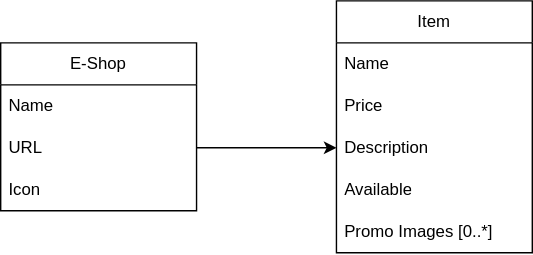
Me8mer/NPRG036-Data-Formats keeps this draw.io diagram as HW3/model/hierarchy-2.svg. Above is the earlier version. Source tidied: cells renumbered, new cells last; positions are measured from the earlier drawing's top-left corner, leaving out a move shared by most shapes. Source of this version:
```xml
<mxGraphModel>
  <root>
    <mxCell id="0" />
    <mxCell id="1" parent="0" />
    <mxCell id="2" value="E-Shop" style="swimlane;fontStyle=0;horizontal=1;startSize=30;whiteSpace=wrap;html=1;" parent="1" vertex="1">
      <mxGeometry y="30" width="140" height="120" as="geometry" />
    </mxCell>
    <mxCell id="3" value="Name" style="text;strokeColor=none;fillColor=none;align=left;verticalAlign=middle;spacingLeft=4;spacingRight=4;overflow=hidden;whiteSpace=wrap;html=1;" parent="2" vertex="1">
      <mxGeometry y="30" width="140" height="30" as="geometry" />
    </mxCell>
    <mxCell id="4" value="URL" style="text;strokeColor=none;fillColor=none;align=left;verticalAlign=middle;spacingLeft=4;spacingRight=4;overflow=hidden;points=[[0,0.5],[1,0.5]];portConstraint=eastwest;whiteSpace=wrap;html=1;" parent="2" vertex="1">
      <mxGeometry y="60" width="140" height="30" as="geometry" />
    </mxCell>
    <mxCell id="5" value="Icon" style="text;strokeColor=none;fillColor=none;align=left;verticalAlign=middle;spacingLeft=4;spacingRight=4;overflow=hidden;whiteSpace=wrap;html=1;" parent="2" vertex="1">
      <mxGeometry y="90" width="140" height="30" as="geometry" />
    </mxCell>
    <mxCell id="6" style="edgeStyle=orthogonalEdgeStyle;rounded=0;jettySize=auto;html=1;exitX=1;exitY=0.5;exitDx=0;exitDy=0;entryX=0;entryY=0.5;entryDx=0;entryDy=0;" parent="1" edge="1" source="4" target="10">
      <mxGeometry relative="1" as="geometry" />
    </mxCell>
    <mxCell id="7" value="Item" style="swimlane;fontStyle=0;horizontal=1;startSize=30;whiteSpace=wrap;html=1;" parent="1" vertex="1">
      <mxGeometry x="240" width="140" height="180" as="geometry" />
    </mxCell>
    <mxCell id="8" value="Name" style="text;strokeColor=none;fillColor=none;align=left;verticalAlign=middle;spacingLeft=4;spacingRight=4;overflow=hidden;whiteSpace=wrap;html=1;" parent="7" vertex="1">
      <mxGeometry y="30" width="140" height="30" as="geometry" />
    </mxCell>
    <mxCell id="9" value="Price" style="text;strokeColor=none;fillColor=none;align=left;verticalAlign=middle;spacingLeft=4;spacingRight=4;overflow=hidden;whiteSpace=wrap;html=1;" parent="7" vertex="1">
      <mxGeometry y="60" width="140" height="30" as="geometry" />
    </mxCell>
    <mxCell id="10" value="Description" style="text;strokeColor=none;fillColor=none;align=left;verticalAlign=middle;spacingLeft=4;spacingRight=4;overflow=hidden;points=[[0,0.5],[1,0.5]];portConstraint=eastwest;whiteSpace=wrap;html=1;" parent="7" vertex="1">
      <mxGeometry y="90" width="140" height="30" as="geometry" />
    </mxCell>
    <mxCell id="11" value="Available" style="text;strokeColor=none;fillColor=none;align=left;verticalAlign=middle;spacingLeft=4;spacingRight=4;overflow=hidden;whiteSpace=wrap;html=1;" parent="7" vertex="1">
      <mxGeometry y="120" width="140" height="30" as="geometry" />
    </mxCell>
    <mxCell id="12" value="Promo Images [0..*]" style="text;strokeColor=none;fillColor=none;align=left;verticalAlign=middle;spacingLeft=4;spacingRight=4;overflow=hidden;whiteSpace=wrap;html=1;" parent="7" vertex="1">
      <mxGeometry y="150" width="140" height="30" as="geometry" />
    </mxCell>
  </root>
</mxGraphModel>
```
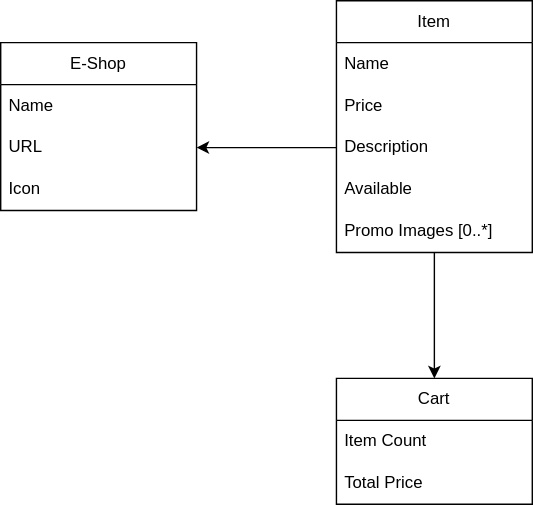
After the commit.

Diff of the diagram source:
```diff
@@ -5,24 +5,21 @@
     <mxCell id="2" value="E-Shop" style="swimlane;fontStyle=0;horizontal=1;startSize=30;whiteSpace=wrap;html=1;" parent="1" vertex="1">
       <mxGeometry y="30" width="140" height="120" as="geometry" />
     </mxCell>
-    <mxCell id="3" value="Name" style="text;strokeColor=none;fillColor=none;align=left;verticalAlign=middle;spacingLeft=4;spacingRight=4;overflow=hidden;whiteSpace=wrap;html=1;" parent="2" vertex="1">
-      <mxGeometry y="30" width="140" height="30" as="geometry" />
-    </mxCell>
+    <mxCell id="13" value="Name" style="text;strokeColor=none;fillColor=none;align=left;verticalAlign=middle;spacingLeft=4;spacingRight=4;overflow=hidden;whiteSpace=wrap;html=1;" parent="2" vertex="1">
+      <mxGeometry y="30" width="140" height="30" as="geometry" />
+    </mxCell>
     <mxCell id="4" value="URL" style="text;strokeColor=none;fillColor=none;align=left;verticalAlign=middle;spacingLeft=4;spacingRight=4;overflow=hidden;points=[[0,0.5],[1,0.5]];portConstraint=eastwest;whiteSpace=wrap;html=1;" parent="2" vertex="1">
       <mxGeometry y="60" width="140" height="30" as="geometry" />
     </mxCell>
     <mxCell id="5" value="Icon" style="text;strokeColor=none;fillColor=none;align=left;verticalAlign=middle;spacingLeft=4;spacingRight=4;overflow=hidden;whiteSpace=wrap;html=1;" parent="2" vertex="1">
       <mxGeometry y="90" width="140" height="30" as="geometry" />
     </mxCell>
-    <mxCell id="6" style="edgeStyle=orthogonalEdgeStyle;rounded=0;jettySize=auto;html=1;exitX=1;exitY=0.5;exitDx=0;exitDy=0;entryX=0;entryY=0.5;entryDx=0;entryDy=0;" parent="1" edge="1" source="4" target="10">
-      <mxGeometry relative="1" as="geometry" />
-    </mxCell>
     <mxCell id="7" value="Item" style="swimlane;fontStyle=0;horizontal=1;startSize=30;whiteSpace=wrap;html=1;" parent="1" vertex="1">
       <mxGeometry x="240" width="140" height="180" as="geometry" />
     </mxCell>
-    <mxCell id="8" value="Name" style="text;strokeColor=none;fillColor=none;align=left;verticalAlign=middle;spacingLeft=4;spacingRight=4;overflow=hidden;whiteSpace=wrap;html=1;" parent="7" vertex="1">
-      <mxGeometry y="30" width="140" height="30" as="geometry" />
-    </mxCell>
+    <mxCell id="14" value="Name" style="text;strokeColor=none;fillColor=none;align=left;verticalAlign=middle;spacingLeft=4;spacingRight=4;overflow=hidden;whiteSpace=wrap;html=1;" parent="7" vertex="1">
+      <mxGeometry y="30" width="140" height="30" as="geometry" />
+    </mxCell>
     <mxCell id="9" value="Price" style="text;strokeColor=none;fillColor=none;align=left;verticalAlign=middle;spacingLeft=4;spacingRight=4;overflow=hidden;whiteSpace=wrap;html=1;" parent="7" vertex="1">
       <mxGeometry y="60" width="140" height="30" as="geometry" />
     </mxCell>
@@ -35,5 +32,20 @@
     <mxCell id="12" value="Promo Images [0..*]" style="text;strokeColor=none;fillColor=none;align=left;verticalAlign=middle;spacingLeft=4;spacingRight=4;overflow=hidden;whiteSpace=wrap;html=1;" parent="7" vertex="1">
       <mxGeometry y="150" width="140" height="30" as="geometry" />
     </mxCell>
+    <mxCell id="15" style="edgeStyle=orthogonalEdgeStyle;rounded=0;jettySize=auto;html=1;entryX=0.5;entryY=0;entryDx=0;entryDy=0;exitX=0.5;exitY=1;exitDx=0;exitDy=0;" parent="1" edge="1" source="7" target="16">
+      <mxGeometry relative="1" as="geometry" />
+    </mxCell>
+    <mxCell id="16" value="Cart" style="swimlane;fontStyle=0;horizontal=1;startSize=30;whiteSpace=wrap;html=1;" parent="1" vertex="1">
+      <mxGeometry x="240" y="270" width="140" height="90" as="geometry" />
+    </mxCell>
+    <mxCell id="17" value="Item Count" style="text;strokeColor=none;fillColor=none;align=left;verticalAlign=middle;spacingLeft=4;spacingRight=4;overflow=hidden;whiteSpace=wrap;html=1;" parent="16" vertex="1">
+      <mxGeometry y="30" width="140" height="30" as="geometry" />
+    </mxCell>
+    <mxCell id="18" value="Total Price" style="text;strokeColor=none;fillColor=none;align=left;verticalAlign=middle;spacingLeft=4;spacingRight=4;overflow=hidden;whiteSpace=wrap;html=1;" parent="16" vertex="1">
+      <mxGeometry y="60" width="140" height="30" as="geometry" />
+    </mxCell>
+    <mxCell id="19" style="edgeStyle=orthogonalEdgeStyle;rounded=0;jettySize=auto;html=1;entryX=1;entryY=0.5;entryDx=0;entryDy=0;exitX=0;exitY=0.5;exitDx=0;exitDy=0;" parent="1" edge="1" source="10" target="4">
+      <mxGeometry relative="1" as="geometry" />
+    </mxCell>
   </root>
 </mxGraphModel>
```
